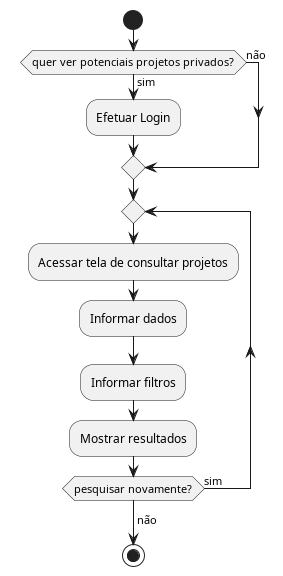
Pedro-V/projetorium keeps this PlantUML diagram as diagramas/atividades/consultar_projetos.png. Above is the earlier version.
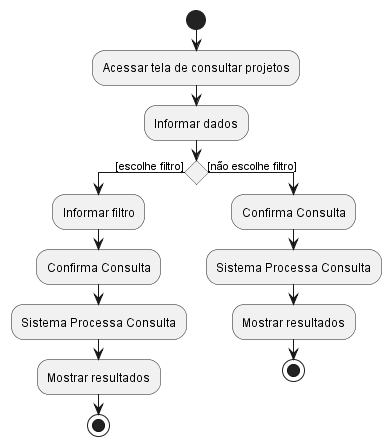
After the change.

Diff of the diagram source:
```diff
@@ -1,15 +1,18 @@
-@startuml
+@startuml consultar_projeto
 start
-if (quer ver potenciais projetos privados?) then (sim)
-  :Efetuar Login;
-else (não)
-endif
-repeat
+
 :Acessar tela de consultar projetos;
 :Informar dados;
-:Informar filtros;
-:Mostrar resultados;
-repeat while (pesquisar novamente?) is (sim)
-->não;
-stop
+if()then([escolhe filtro])
+   :Informar filtro;
+   :Confirma Consulta;
+   :Sistema Processa Consulta;
+   :Mostrar resultados;
+   stop
+else([não escolhe filtro])
+   :Confirma Consulta;
+   :Sistema Processa Consulta;
+   :Mostrar resultados;
+   stop
+
 @enduml
```
